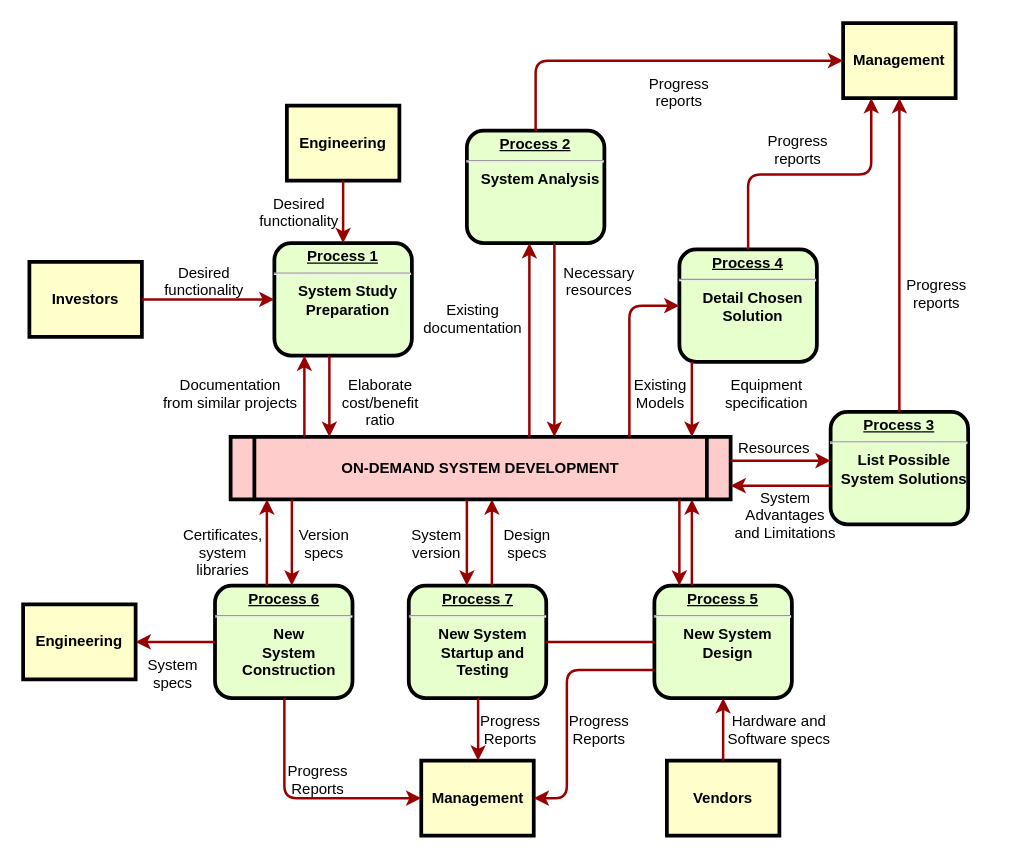
Before: entraphy-23.11.24.drawio in Ge-Minhappy/hello-world, a draw.io diagram. Source tidied: cells renumbered, new cells numbered last; positions are measured from the earlier drawing's top-left corner, leaving out a move shared by most shapes. Both pictures are drawn from the tidied source at 125%, with x=0, y=0 at pixel (22, 22).
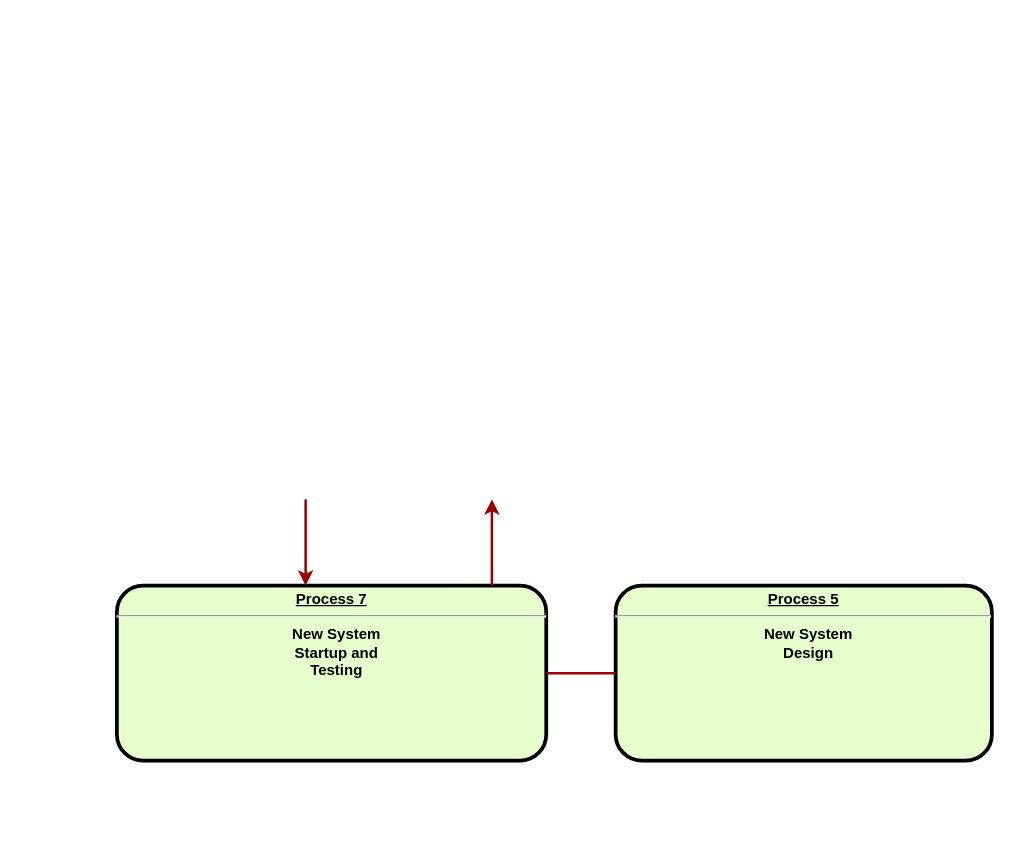
After the change.

Diff of the diagram source:
```diff
@@
-    <mxCell id="2" value="&lt;p style=&quot;margin: 0px; margin-top: 4px; text-align: center; text-decoration: underline;&quot;&gt;&lt;strong&gt;Process 1&lt;br /&gt;&lt;/strong&gt;&lt;/p&gt;&lt;hr /&gt;&lt;p style=&quot;margin: 0px; margin-left: 8px;&quot;&gt;System Study&lt;/p&gt;&lt;p style=&quot;margin: 0px; margin-left: 8px;&quot;&gt;Preparation&lt;/p&gt;" style="verticalAlign=middle;align=center;overflow=fill;fontSize=12;fontFamily=Helvetica;html=1;rounded=1;fontStyle=1;strokeWidth=3;fillColor=#E6FFCC;" parent="1" vertex="1">
-      <mxGeometry x="201" y="176" width="110" height="90" as="geometry" />
-    </mxCell>
-    <mxCell id="3" value="Engineering" style="whiteSpace=wrap;align=center;verticalAlign=middle;fontStyle=1;strokeWidth=3;fillColor=#FFFFCC;" parent="1" vertex="1">
-      <mxGeometry x="211" y="66" width="90" height="60" as="geometry" />
-    </mxCell>
-    <mxCell id="4" value="Investors" style="whiteSpace=wrap;align=center;verticalAlign=middle;fontStyle=1;strokeWidth=3;fillColor=#FFFFCC;" parent="1" vertex="1">
-      <mxGeometry x="5" y="191" width="90" height="60" as="geometry" />
-    </mxCell>
-    <mxCell id="5" value="ON-DEMAND SYSTEM DEVELOPMENT" style="shape=process;whiteSpace=wrap;align=center;verticalAlign=middle;size=0.0475;fontStyle=1;strokeWidth=3;fillColor=#FFCCCC;" parent="1" vertex="1">
-      <mxGeometry x="166" y="331" width="400" height="50" as="geometry" />
-    </mxCell>
-    <mxCell id="6" value="&lt;p style=&quot;margin: 0px; margin-top: 4px; text-align: center; text-decoration: underline;&quot;&gt;&lt;strong&gt;Process 2&lt;br /&gt;&lt;/strong&gt;&lt;/p&gt;&lt;hr /&gt;&lt;p style=&quot;margin: 0px; margin-left: 8px;&quot;&gt;System Analysis&lt;/p&gt;" style="verticalAlign=middle;align=center;overflow=fill;fontSize=12;fontFamily=Helvetica;html=1;rounded=1;fontStyle=1;strokeWidth=3;fillColor=#E6FFCC;" parent="1" vertex="1">
-      <mxGeometry x="355" y="86" width="110" height="90" as="geometry" />
-    </mxCell>
-    <mxCell id="7" value="&lt;p style=&quot;margin: 0px; margin-top: 4px; text-align: center; text-decoration: underline;&quot;&gt;&lt;strong&gt;&lt;strong&gt;Process&lt;/strong&gt; 3&lt;br /&gt;&lt;/strong&gt;&lt;/p&gt;&lt;hr /&gt;&lt;p style=&quot;margin: 0px; margin-left: 8px;&quot;&gt;List Possible&lt;/p&gt;&lt;p style=&quot;margin: 0px; margin-left: 8px;&quot;&gt;System Solutions&lt;/p&gt;" style="verticalAlign=middle;align=center;overflow=fill;fontSize=12;fontFamily=Helvetica;html=1;rounded=1;fontStyle=1;strokeWidth=3;fillColor=#E6FFCC;" parent="1" vertex="1">
-      <mxGeometry x="646" y="311" width="110" height="90" as="geometry" />
-    </mxCell>
-    <mxCell id="8" value="&lt;p style=&quot;margin: 0px; margin-top: 4px; text-align: center; text-decoration: underline;&quot;&gt;&lt;strong&gt;&lt;strong&gt;Process&lt;/strong&gt; 4&lt;br /&gt;&lt;/strong&gt;&lt;/p&gt;&lt;hr /&gt;&lt;p style=&quot;margin: 0px; margin-left: 8px;&quot;&gt;Detail Chosen&lt;/p&gt;&lt;p style=&quot;margin: 0px; margin-left: 8px;&quot;&gt;Solution&lt;/p&gt;" style="verticalAlign=middle;align=center;overflow=fill;fontSize=12;fontFamily=Helvetica;html=1;rounded=1;fontStyle=1;strokeWidth=3;fillColor=#E6FFCC;" parent="1" vertex="1">
-      <mxGeometry x="525" y="181" width="110" height="90" as="geometry" />
-    </mxCell>
     <mxCell id="9" value="&lt;p style=&quot;margin: 0px; margin-top: 4px; text-align: center; text-decoration: underline;&quot;&gt;&lt;strong&gt;&lt;strong&gt;Process&lt;/strong&gt; 5&lt;br /&gt;&lt;/strong&gt;&lt;/p&gt;&lt;hr /&gt;&lt;p style=&quot;margin: 0px; margin-left: 8px;&quot;&gt;New System&lt;/p&gt;&lt;p style=&quot;margin: 0px; margin-left: 8px;&quot;&gt;Design&lt;/p&gt;" style="verticalAlign=middle;align=center;overflow=fill;fontSize=12;fontFamily=Helvetica;html=1;rounded=1;fontStyle=1;strokeWidth=3;fillColor=#E6FFCC;" parent="1" vertex="1">
-      <mxGeometry x="505" y="450" width="110" height="90" as="geometry" />
+      <mxGeometry x="474" y="450" width="301" height="140" as="geometry" />
     </mxCell>
-    <mxCell id="10" value="&lt;p style=&quot;margin: 0px; margin-top: 4px; text-align: center; text-decoration: underline;&quot;&gt;&lt;strong&gt;&lt;strong&gt;Process&lt;/strong&gt; 6&lt;br /&gt;&lt;/strong&gt;&lt;/p&gt;&lt;hr /&gt;&lt;p style=&quot;margin: 0px; margin-left: 8px;&quot;&gt;New&lt;/p&gt;&lt;p style=&quot;margin: 0px; margin-left: 8px;&quot;&gt;System&lt;/p&gt;&lt;p style=&quot;margin: 0px; margin-left: 8px;&quot;&gt;Construction&lt;/p&gt;" style="verticalAlign=middle;align=center;overflow=fill;fontSize=12;fontFamily=Helvetica;html=1;rounded=1;fontStyle=1;strokeWidth=3;fillColor=#E6FFCC;" parent="1" vertex="1">
-      <mxGeometry x="153.5" y="450" width="110" height="90" as="geometry" />
-    </mxCell>
-    <mxCell id="11" value="Management" style="whiteSpace=wrap;align=center;verticalAlign=middle;fontStyle=1;strokeWidth=3;fillColor=#FFFFCC;" parent="1" vertex="1">
-      <mxGeometry x="656" width="90" height="60" as="geometry" />
-    </mxCell>
-    <mxCell id="12" value="Management" style="whiteSpace=wrap;align=center;verticalAlign=middle;fontStyle=1;strokeWidth=3;fillColor=#FFFFCC;" parent="1" vertex="1">
-      <mxGeometry x="318.5" y="590" width="90" height="60" as="geometry" />
-    </mxCell>
-    <mxCell id="13" value="Engineering" style="whiteSpace=wrap;align=center;verticalAlign=middle;fontStyle=1;strokeWidth=3;fillColor=#FFFFCC;" parent="1" vertex="1">
-      <mxGeometry y="465" width="90" height="60" as="geometry" />
-    </mxCell>
-    <mxCell id="14" value="Vendors" style="whiteSpace=wrap;align=center;verticalAlign=middle;fontStyle=1;strokeWidth=3;fillColor=#FFFFCC;" parent="1" vertex="1">
-      <mxGeometry x="515" y="590" width="90" height="60" as="geometry" />
-    </mxCell>
-    <mxCell id="15" style="edgeStyle=none;noEdgeStyle=1;strokeColor=#990000;strokeWidth=2;" parent="1" edge="1" source="3" target="2">
-      <mxGeometry relative="1" as="geometry" />
-    </mxCell>
-    <mxCell id="16" style="edgeStyle=none;noEdgeStyle=1;strokeColor=#990000;strokeWidth=2;" parent="1" edge="1" source="4" target="2">
-      <mxGeometry relative="1" as="geometry" />
-    </mxCell>
     <mxCell id="17" value="&lt;p style=&quot;margin: 0px; margin-top: 4px; text-align: center; text-decoration: underline;&quot;&gt;&lt;strong&gt;&lt;strong&gt;Process&lt;/strong&gt; 7&lt;br /&gt;&lt;/strong&gt;&lt;/p&gt;&lt;hr /&gt;&lt;p style=&quot;margin: 0px; margin-left: 8px;&quot;&gt;New System&lt;/p&gt;&lt;p style=&quot;margin: 0px; margin-left: 8px;&quot;&gt;Startup and&lt;/p&gt;&lt;p style=&quot;margin: 0px; margin-left: 8px;&quot;&gt;Testing&lt;/p&gt;" style="verticalAlign=middle;align=center;overflow=fill;fontSize=12;fontFamily=Helvetica;html=1;rounded=1;fontStyle=1;strokeWidth=3;fillColor=#E6FFCC;" parent="1" vertex="1">
-      <mxGeometry x="308.5" y="450" width="110" height="90" as="geometry" />
+      <mxGeometry x="75" y="450" width="343.5" height="140" as="geometry" />
     </mxCell>
@@
-    <mxCell id="19" value="Desired &#10;functionality" style="text;spacingTop=-5;align=center;" parent="1" vertex="1">
-      <mxGeometry x="130" y="191" width="30" height="20" as="geometry" />
-    </mxCell>
-    <mxCell id="20" value="Desired &#10;functionality" style="text;spacingTop=-5;align=center;" parent="1" vertex="1">
-      <mxGeometry x="206" y="136" width="30" height="20" as="geometry" />
-    </mxCell>
-    <mxCell id="21" value="Documentation&#10;from similar projects" style="text;spacingTop=-5;align=center;" parent="1" vertex="1">
-      <mxGeometry x="151" y="281" width="30" height="20" as="geometry" />
-    </mxCell>
-    <mxCell id="22" style="edgeStyle=elbowEdgeStyle;elbow=horizontal;strokeColor=#990000;strokeWidth=2;" parent="1" edge="1" source="5" target="2">
-      <mxGeometry relative="1" as="geometry">
-        <Array as="points">
-          <mxPoint x="225" y="310" />
-        </Array>
-      </mxGeometry>
-    </mxCell>
-    <mxCell id="23" style="edgeStyle=elbowEdgeStyle;elbow=horizontal;strokeColor=#990000;strokeWidth=2;" parent="1" edge="1" source="2" target="5">
-      <mxGeometry relative="1" as="geometry">
-        <Array as="points">
-          <mxPoint x="245" y="300" />
-        </Array>
-      </mxGeometry>
-    </mxCell>
-    <mxCell id="24" value="Elaborate&#10;cost/benefit&#10;ratio" style="text;spacingTop=-5;align=center;" parent="1" vertex="1">
-      <mxGeometry x="271" y="281" width="30" height="20" as="geometry" />
-    </mxCell>
-    <mxCell id="25" style="edgeStyle=elbowEdgeStyle;elbow=horizontal;strokeColor=#990000;strokeWidth=2;" parent="1" edge="1" source="5" target="6">
-      <mxGeometry relative="1" as="geometry">
-        <Array as="points">
-          <mxPoint x="405" y="250" />
-        </Array>
-      </mxGeometry>
-    </mxCell>
-    <mxCell id="26" style="edgeStyle=elbowEdgeStyle;elbow=horizontal;strokeColor=#990000;strokeWidth=2;" parent="1" edge="1" source="6" target="5">
-      <mxGeometry relative="1" as="geometry">
-        <Array as="points">
-          <mxPoint x="425" y="260" />
-        </Array>
-      </mxGeometry>
-    </mxCell>
-    <mxCell id="27" value="Existing&#10;documentation" style="text;spacingTop=-5;align=center;" parent="1" vertex="1">
-      <mxGeometry x="345" y="221" width="30" height="20" as="geometry" />
-    </mxCell>
-    <mxCell id="28" value="Necessary&#10;resources" style="text;spacingTop=-5;align=center;" parent="1" vertex="1">
-      <mxGeometry x="446" y="191" width="30" height="20" as="geometry" />
-    </mxCell>
-    <mxCell id="29" value="Progress&#10;reports" style="text;spacingTop=-5;align=center;" parent="1" vertex="1">
-      <mxGeometry x="510" y="40" width="30" height="20" as="geometry" />
-    </mxCell>
-    <mxCell id="30" value="Progress&#10;reports" style="text;spacingTop=-5;align=center;" parent="1" vertex="1">
-      <mxGeometry x="605" y="86" width="30" height="20" as="geometry" />
-    </mxCell>
-    <mxCell id="31" value="Progress&#10;reports" style="text;spacingTop=-5;align=center;" parent="1" vertex="1">
-      <mxGeometry x="716" y="201" width="30" height="20" as="geometry" />
-    </mxCell>
-    <mxCell id="32" style="edgeStyle=elbowEdgeStyle;elbow=horizontal;strokeColor=#990000;strokeWidth=2;" parent="1" edge="1" source="6" target="11">
-      <mxGeometry relative="1" as="geometry">
-        <Array as="points">
-          <mxPoint x="410" y="80" />
-        </Array>
-      </mxGeometry>
-    </mxCell>
-    <mxCell id="33" style="edgeStyle=elbowEdgeStyle;elbow=vertical;entryX=0.25;entryY=1;strokeColor=#990000;strokeWidth=2;" parent="1" edge="1" source="8" target="11">
-      <mxGeometry relative="1" as="geometry" />
-    </mxCell>
-    <mxCell id="34" style="edgeStyle=elbowEdgeStyle;elbow=horizontal;strokeColor=#990000;strokeWidth=2;" parent="1" edge="1" source="7" target="11">
-      <mxGeometry relative="1" as="geometry" />
-    </mxCell>
-    <mxCell id="35" style="edgeStyle=elbowEdgeStyle;elbow=horizontal;strokeColor=#990000;strokeWidth=2;" parent="1" edge="1" source="8" target="5">
-      <mxGeometry relative="1" as="geometry">
-        <Array as="points">
-          <mxPoint x="535" y="300" />
-        </Array>
-      </mxGeometry>
-    </mxCell>
-    <mxCell id="36" style="edgeStyle=segmentEdgeStyle;strokeColor=#990000;strokeWidth=2;" parent="1" edge="1" source="5" target="8">
-      <mxGeometry relative="1" as="geometry">
-        <Array as="points">
-          <mxPoint x="485" y="226" />
-        </Array>
-      </mxGeometry>
-    </mxCell>
-    <mxCell id="37" value="Existing&#10;Models" style="text;spacingTop=-5;align=center;" parent="1" vertex="1">
-      <mxGeometry x="495" y="281" width="30" height="20" as="geometry" />
-    </mxCell>
-    <mxCell id="38" value="Equipment&#10;specification" style="text;spacingTop=-5;align=center;" parent="1" vertex="1">
-      <mxGeometry x="580" y="281" width="30" height="20" as="geometry" />
-    </mxCell>
-    <mxCell id="39" style="edgeStyle=elbowEdgeStyle;elbow=vertical;strokeColor=#990000;strokeWidth=2;" parent="1" edge="1" source="5" target="7">
-      <mxGeometry relative="1" as="geometry">
-        <Array as="points">
-          <mxPoint x="615" y="350" />
-        </Array>
-      </mxGeometry>
-    </mxCell>
-    <mxCell id="40" style="edgeStyle=elbowEdgeStyle;elbow=vertical;strokeColor=#990000;strokeWidth=2;" parent="1" edge="1" source="7" target="5">
-      <mxGeometry relative="1" as="geometry">
-        <Array as="points">
-          <mxPoint x="615" y="370" />
-        </Array>
-      </mxGeometry>
-    </mxCell>
-    <mxCell id="41" value="Resources" style="text;spacingTop=-5;align=center;" parent="1" vertex="1">
-      <mxGeometry x="586" y="331" width="30" height="20" as="geometry" />
-    </mxCell>
-    <mxCell id="42" value="System &#10;Advantages &#10;and Limitations" style="text;spacingTop=-5;align=center;" parent="1" vertex="1">
-      <mxGeometry x="595" y="371" width="30" height="20" as="geometry" />
-    </mxCell>
-    <mxCell id="43" style="edgeStyle=elbowEdgeStyle;elbow=horizontal;strokeColor=#990000;strokeWidth=2;" parent="1" edge="1" source="9" target="5">
-      <mxGeometry relative="1" as="geometry">
-        <Array as="points">
-          <mxPoint x="535" y="410" />
-        </Array>
-      </mxGeometry>
-    </mxCell>
-    <mxCell id="44" style="edgeStyle=elbowEdgeStyle;elbow=horizontal;strokeColor=#990000;strokeWidth=2;" parent="1" edge="1" source="5" target="9">
-      <mxGeometry relative="1" as="geometry">
-        <Array as="points">
-          <mxPoint x="525" y="420" />
-        </Array>
-      </mxGeometry>
-    </mxCell>
-    <mxCell id="45" style="edgeStyle=elbowEdgeStyle;elbow=horizontal;strokeColor=#990000;strokeWidth=2;" parent="1" edge="1" source="14" target="9">
-      <mxGeometry relative="1" as="geometry" />
-    </mxCell>
-    <mxCell id="46" value="Hardware and&#10;Software specs" style="text;spacingTop=-5;align=center;" parent="1" vertex="1">
-      <mxGeometry x="590" y="550" width="30" height="20" as="geometry" />
-    </mxCell>
-    <mxCell id="47" style="edgeStyle=elbowEdgeStyle;elbow=horizontal;exitX=0;exitY=0.75;strokeColor=#990000;strokeWidth=2;" parent="1" edge="1" source="9" target="12">
-      <mxGeometry relative="1" as="geometry">
-        <Array as="points">
-          <mxPoint x="435" y="570" />
-        </Array>
-      </mxGeometry>
-    </mxCell>
-    <mxCell id="48" value="Progress&#10;Reports" style="text;spacingTop=-5;align=center;" parent="1" vertex="1">
-      <mxGeometry x="446" y="550" width="30" height="20" as="geometry" />
-    </mxCell>
-    <mxCell id="49" style="edgeStyle=elbowEdgeStyle;elbow=horizontal;strokeColor=#990000;strokeWidth=2;" parent="1" edge="1" source="17" target="12">
-      <mxGeometry relative="1" as="geometry" />
-    </mxCell>
-    <mxCell id="50" value="Progress&#10;Reports" style="text;spacingTop=-5;align=center;" parent="1" vertex="1">
-      <mxGeometry x="375" y="550" width="30" height="20" as="geometry" />
-    </mxCell>
-    <mxCell id="51" style="edgeStyle=elbowEdgeStyle;elbow=horizontal;strokeColor=#990000;strokeWidth=2;" parent="1" edge="1" source="10" target="12">
-      <mxGeometry relative="1" as="geometry">
-        <Array as="points">
-          <mxPoint x="209" y="570" />
-        </Array>
-      </mxGeometry>
-    </mxCell>
-    <mxCell id="52" value="Progress&#10;Reports" style="text;spacingTop=-5;align=center;" parent="1" vertex="1">
-      <mxGeometry x="221" y="590" width="30" height="20" as="geometry" />
-    </mxCell>
-    <mxCell id="53" style="edgeStyle=elbowEdgeStyle;elbow=vertical;strokeColor=#990000;strokeWidth=2;" parent="1" edge="1" source="10" target="13">
-      <mxGeometry relative="1" as="geometry" />
-    </mxCell>
-    <mxCell id="54" style="edgeStyle=elbowEdgeStyle;elbow=horizontal;strokeColor=#990000;strokeWidth=2;" parent="1" edge="1" source="5" target="17">
+    <mxCell id="54" style="edgeStyle=elbowEdgeStyle;elbow=horizontal;strokeColor=#990000;strokeWidth=2;" parent="1" edge="1">
       <mxGeometry relative="1" as="geometry">
+        <mxPoint x="226" y="381" as="sourcePoint" />
+        <mxPoint x="226" y="450" as="targetPoint" />
         <Array as="points">
-          <mxPoint x="355" y="410" />
+          <mxPoint x="226" y="410" />
         </Array>
       </mxGeometry>
     </mxCell>
-    <mxCell id="55" style="edgeStyle=elbowEdgeStyle;elbow=horizontal;strokeColor=#990000;strokeWidth=2;" parent="1" edge="1" source="17" target="5">
+    <mxCell id="55" style="edgeStyle=elbowEdgeStyle;elbow=horizontal;strokeColor=#990000;strokeWidth=2;" parent="1" edge="1" source="17">
       <mxGeometry relative="1" as="geometry">
+        <mxPoint x="375" y="381" as="targetPoint" />
         <Array as="points">
           <mxPoint x="375" y="410" />
         </Array>
       </mxGeometry>
     </mxCell>
-    <mxCell id="56" value="Version&#10;specs" style="text;spacingTop=-5;align=center;" parent="1" vertex="1">
-      <mxGeometry x="226" y="401" width="30" height="20" as="geometry" />
-    </mxCell>
-    <mxCell id="57" value="Certificates,&#10;system&#10;libraries" style="text;spacingTop=-5;align=center;" parent="1" vertex="1">
-      <mxGeometry x="145" y="401" width="30" height="20" as="geometry" />
-    </mxCell>
-    <mxCell id="58" style="edgeStyle=elbowEdgeStyle;elbow=horizontal;strokeColor=#990000;strokeWidth=2;" parent="1" edge="1" source="5" target="10">
-      <mxGeometry relative="1" as="geometry">
-        <Array as="points">
-          <mxPoint x="215" y="410" />
-        </Array>
-      </mxGeometry>
-    </mxCell>
-    <mxCell id="59" style="edgeStyle=elbowEdgeStyle;elbow=horizontal;strokeColor=#990000;strokeWidth=2;" parent="1" edge="1" source="10" target="5">
-      <mxGeometry relative="1" as="geometry">
-        <Array as="points">
-          <mxPoint x="195" y="410" />
-        </Array>
-      </mxGeometry>
-    </mxCell>
-    <mxCell id="60" value="System&#10;specs" style="text;spacingTop=-5;align=center;" parent="1" vertex="1">
-      <mxGeometry x="105" y="505" width="30" height="20" as="geometry" />
-    </mxCell>
-    <mxCell id="61" value="Design&#10;specs" style="text;spacingTop=-5;align=center;" parent="1" vertex="1">
-      <mxGeometry x="388.5" y="401" width="30" height="20" as="geometry" />
-    </mxCell>
-    <mxCell id="62" value="System&#10;version" style="text;spacingTop=-5;align=center;" parent="1" vertex="1">
-      <mxGeometry x="316" y="401" width="30" height="20" as="geometry" />
-    </mxCell>
```
